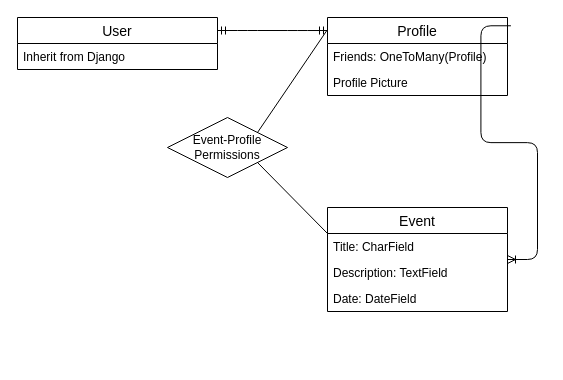
This is project-two-erd.drawio from SIW22/Horizon, a draw.io file, before an edit. Source tidied: cells renumbered, new cells numbered last; positions are measured from the earlier drawing's top-left corner, leaving out a move shared by most shapes. Both pictures are drawn from the tidied source at 100%, with x=0, y=0 at pixel (17, 17).
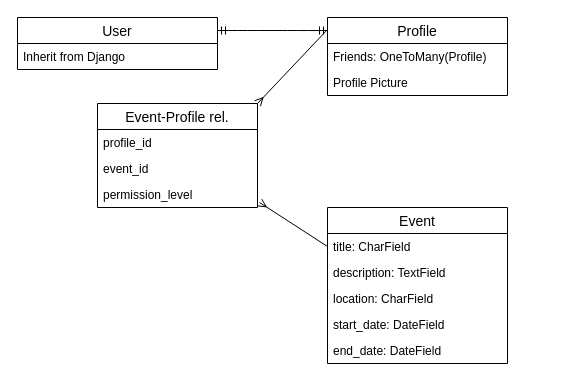
After the change.

What changed in the source:
```diff
@@
 <mxGraphModel>
   <root>
     <mxCell id="0" />
     <mxCell id="1" parent="0" />
     <mxCell id="2" value="User" style="swimlane;fontStyle=0;horizontal=1;startSize=26;align=center;fontSize=14;" parent="1" vertex="1">
       <mxGeometry width="200" height="52" as="geometry" />
     </mxCell>
     <mxCell id="3" value="Inherit from Django" style="text;strokeColor=none;fillColor=none;spacingLeft=4;spacingRight=4;overflow=hidden;fontSize=12;" parent="2" vertex="1">
       <mxGeometry y="26" width="200" height="26" as="geometry" />
     </mxCell>
     <mxCell id="4" style="edgeStyle=entityRelationEdgeStyle;fontSize=12;html=1;endArrow=ERmandOne;startArrow=ERmandOne;exitX=1;exitY=0.25;exitDx=0;exitDy=0;entryX=0;entryY=0.167;entryDx=0;entryDy=0;entryPerimeter=0;" parent="1" edge="1" source="2" target="5">
       <mxGeometry relative="1" as="geometry" />
     </mxCell>
     <mxCell id="5" value="Profile" style="swimlane;fontStyle=0;horizontal=1;startSize=26;align=center;fontSize=14;" parent="1" vertex="1">
       <mxGeometry x="310" width="180" height="78" as="geometry" />
     </mxCell>
     <mxCell id="6" value="Friends: OneToMany(Profile)" style="text;strokeColor=none;fillColor=none;spacingLeft=4;spacingRight=4;overflow=hidden;fontSize=12;" parent="5" vertex="1">
       <mxGeometry y="26" width="180" height="26" as="geometry" />
     </mxCell>
     <mxCell id="7" value="Profile Picture" style="text;strokeColor=none;fillColor=none;spacingLeft=4;spacingRight=4;overflow=hidden;fontSize=12;" parent="5" vertex="1">
       <mxGeometry y="52" width="180" height="26" as="geometry" />
     </mxCell>
     <mxCell id="8" value="Event" style="swimlane;fontStyle=0;horizontal=1;startSize=26;align=center;fontSize=14;" parent="1" vertex="1">
-      <mxGeometry x="310" y="190" width="180" height="104" as="geometry" />
+      <mxGeometry x="310" y="190" width="180" height="156" as="geometry" />
     </mxCell>
-    <mxCell id="9" value="Title: CharField" style="text;strokeColor=none;fillColor=none;spacingLeft=4;spacingRight=4;overflow=hidden;fontSize=12;" parent="8" vertex="1">
+    <mxCell id="9" value="title: CharField" style="text;strokeColor=none;fillColor=none;spacingLeft=4;spacingRight=4;overflow=hidden;fontSize=12;" parent="8" vertex="1">
       <mxGeometry y="26" width="180" height="26" as="geometry" />
     </mxCell>
-    <mxCell id="10" value="Description: TextField" style="text;strokeColor=none;fillColor=none;spacingLeft=4;spacingRight=4;overflow=hidden;fontSize=12;" parent="8" vertex="1">
+    <mxCell id="10" value="description: TextField" style="text;strokeColor=none;fillColor=none;spacingLeft=4;spacingRight=4;overflow=hidden;fontSize=12;" parent="8" vertex="1">
       <mxGeometry y="52" width="180" height="26" as="geometry" />
     </mxCell>
+    <mxCell id="16" value="location: CharField" style="text;strokeColor=none;fillColor=none;spacingLeft=4;spacingRight=4;overflow=hidden;fontSize=12;" parent="8" vertex="1">
+      <mxGeometry y="78" width="180" height="26" as="geometry" />
+    </mxCell>
-    <mxCell id="11" value="Date: DateField" style="text;strokeColor=none;fillColor=none;spacingLeft=4;spacingRight=4;overflow=hidden;fontSize=12;" parent="8" vertex="1">
-      <mxGeometry y="78" width="180" height="26" as="geometry" />
+    <mxCell id="11" value="start_date: DateField" style="text;strokeColor=none;fillColor=none;spacingLeft=4;spacingRight=4;overflow=hidden;fontSize=12;" parent="8" vertex="1">
+      <mxGeometry y="104" width="180" height="26" as="geometry" />
     </mxCell>
-    <mxCell id="12" style="edgeStyle=entityRelationEdgeStyle;fontSize=12;html=1;endArrow=ERoneToMany;exitX=1.019;exitY=0.106;exitDx=0;exitDy=0;exitPerimeter=0;" parent="1" edge="1" source="5" target="8">
-      <mxGeometry relative="1" as="geometry" />
-    </mxCell>
-    <mxCell id="13" value="Event-Profile Permissions" style="shape=rhombus;perimeter=rhombusPerimeter;whiteSpace=wrap;html=1;align=center;" parent="1" vertex="1">
-      <mxGeometry x="150" y="100" width="120" height="60" as="geometry" />
-    </mxCell>
+    <mxCell id="17" value="end_date: DateField" style="text;strokeColor=none;fillColor=none;spacingLeft=4;spacingRight=4;overflow=hidden;fontSize=12;" parent="8" vertex="1">
+      <mxGeometry y="130" width="180" height="26" as="geometry" />
+    </mxCell>
-    <mxCell id="14" style="endArrow=none;html=1;rounded=0;entryX=0;entryY=0.25;entryDx=0;entryDy=0;exitX=1;exitY=1;exitDx=0;exitDy=0;" parent="1" edge="1" source="13" target="8">
+    <mxCell id="14" style="endArrow=none;html=1;rounded=0;entryX=0;entryY=0.25;entryDx=0;entryDy=0;exitX=1.013;exitY=0.808;exitDx=0;exitDy=0;startArrow=ERmany;startFill=0;exitPerimeter=0;" parent="1" edge="1" source="21" target="8">
       <mxGeometry relative="1" as="geometry" />
     </mxCell>
-    <mxCell id="15" style="endArrow=none;html=1;rounded=0;exitX=1;exitY=0;exitDx=0;exitDy=0;entryX=0;entryY=0.154;entryDx=0;entryDy=0;entryPerimeter=0;" parent="1" edge="1" source="13" target="5">
+    <mxCell id="15" style="endArrow=none;html=1;rounded=0;exitX=1;exitY=0;exitDx=0;exitDy=0;entryX=0;entryY=0.154;entryDx=0;entryDy=0;entryPerimeter=0;startArrow=ERmany;startFill=0;" parent="1" edge="1" source="18" target="5">
       <mxGeometry relative="1" as="geometry" />
     </mxCell>
+    <mxCell id="18" value="Event-Profile rel." style="swimlane;fontStyle=0;horizontal=1;startSize=26;align=center;fontSize=14;" parent="1" vertex="1">
+      <mxGeometry x="80" y="86" width="160" height="104" as="geometry" />
+    </mxCell>
+    <mxCell id="19" value="profile_id" style="text;strokeColor=none;fillColor=none;spacingLeft=4;spacingRight=4;overflow=hidden;fontSize=12;" parent="18" vertex="1">
+      <mxGeometry y="26" width="160" height="26" as="geometry" />
+    </mxCell>
+    <mxCell id="20" value="event_id" style="text;strokeColor=none;fillColor=none;spacingLeft=4;spacingRight=4;overflow=hidden;fontSize=12;" parent="18" vertex="1">
+      <mxGeometry y="52" width="160" height="26" as="geometry" />
+    </mxCell>
+    <mxCell id="21" value="permission_level" style="text;strokeColor=none;fillColor=none;spacingLeft=4;spacingRight=4;overflow=hidden;points=[[0,0.5],[1,0.5]];portConstraint=eastwest;fontSize=12;" parent="18" vertex="1">
+      <mxGeometry y="78" width="160" height="26" as="geometry" />
+    </mxCell>
   </root>
 </mxGraphModel>
```
